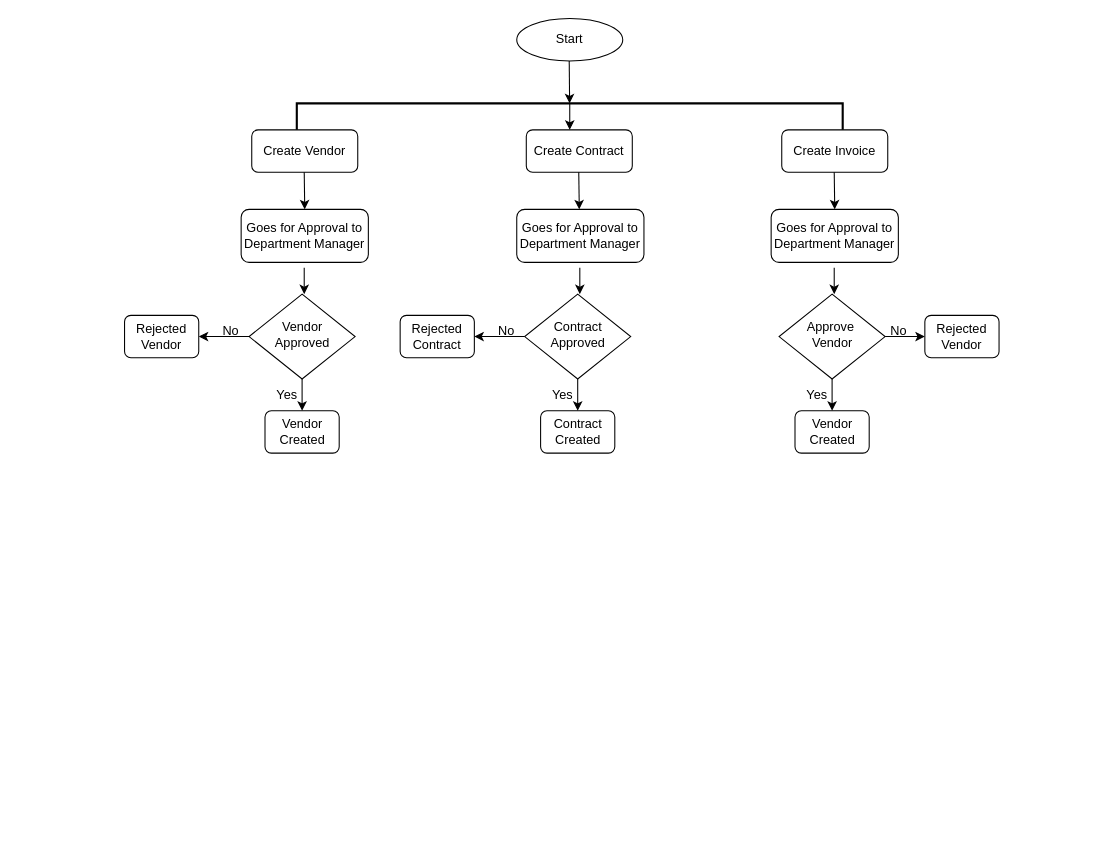
Before: Employee Flowchart.drawio in anjana732/Cv, a draw.io diagram. Source tidied: cells renumbered, new cells numbered last; positions are measured from the earlier drawing's top-left corner, leaving out a move shared by most shapes. Both pictures are drawn from the tidied source at 106%, with x=0, y=0 at pixel (124, 18).
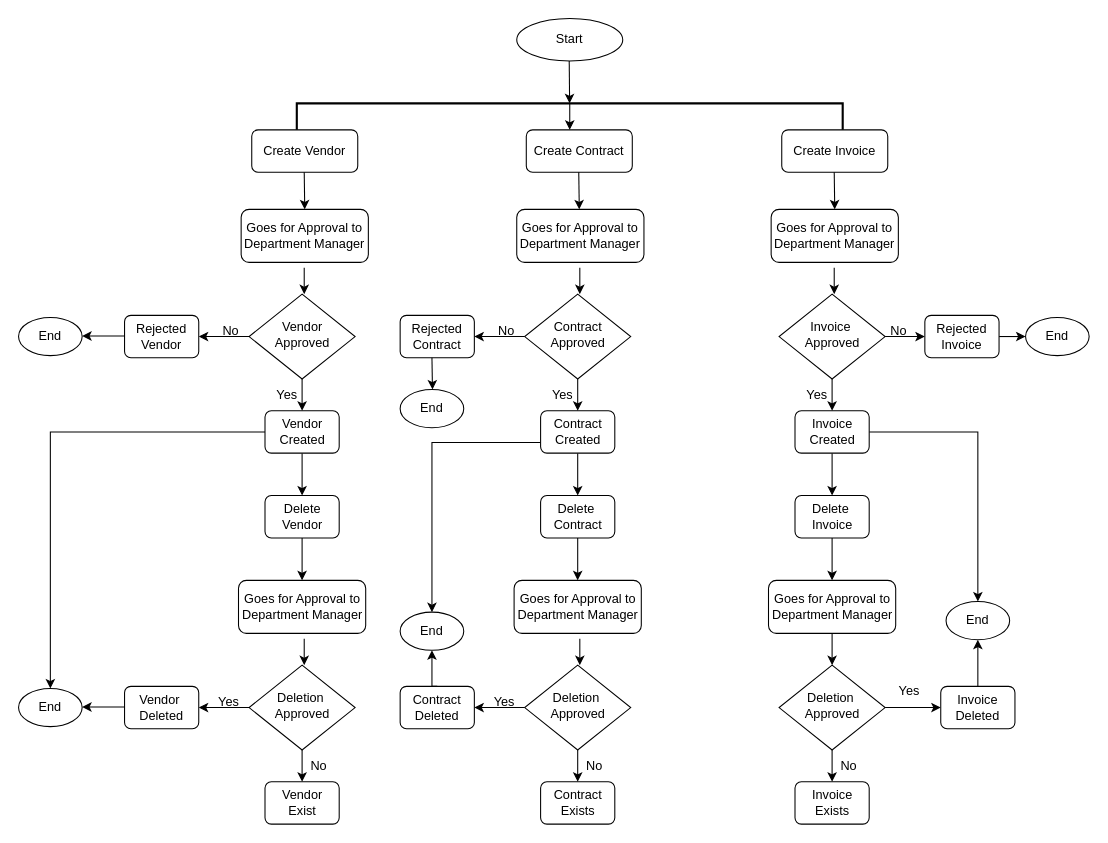
The same diagram, later.

The change refers to these unchanged cells:
```xml
<mxCell id="18" value="Vendor Created" style="rounded=1;whiteSpace=wrap;html=1;fontSize=12;glass=0;strokeWidth=1;shadow=0;" parent="1" vertex="1">
  <mxGeometry x="132.5" y="370" width="70" height="40" as="geometry" />
</mxCell>
<mxCell id="27" value="Contract Created" style="rounded=1;whiteSpace=wrap;html=1;fontSize=12;glass=0;strokeWidth=1;shadow=0;" parent="1" vertex="1">
  <mxGeometry x="392.5" y="370" width="70" height="40" as="geometry" />
</mxCell>
```

Change to the diagram source:
```diff
@@
+    <mxCell id="40" style="edgeStyle=orthogonalEdgeStyle;rounded=0;jettySize=auto;html=1;exitX=0.5;exitY=1;exitDx=0;exitDy=0;entryX=0.5;entryY=0;entryDx=0;entryDy=0;" parent="1" edge="1" source="18" target="53">
+      <mxGeometry relative="1" as="geometry" />
+    </mxCell>
+    <mxCell id="41" style="edgeStyle=orthogonalEdgeStyle;rounded=0;jettySize=auto;html=1;exitX=0;exitY=0.5;exitDx=0;exitDy=0;" parent="1" edge="1" source="18" target="63">
+      <mxGeometry relative="1" as="geometry" />
+    </mxCell>
@@
+    <mxCell id="42" style="edgeStyle=orthogonalEdgeStyle;rounded=0;jettySize=auto;html=1;exitX=0.5;exitY=1;exitDx=0;exitDy=0;" parent="1" edge="1" source="27" target="66">
+      <mxGeometry relative="1" as="geometry" />
+    </mxCell>
+    <mxCell id="43" style="edgeStyle=orthogonalEdgeStyle;rounded=0;jettySize=auto;html=1;exitX=0;exitY=0.75;exitDx=0;exitDy=0;entryX=0.5;entryY=0;entryDx=0;entryDy=0;" parent="1" edge="1" source="27" target="77">
+      <mxGeometry relative="1" as="geometry" />
+    </mxCell>
@@
-    <mxCell id="33" value="Approve&amp;nbsp;&lt;div&gt;Vendor&lt;/div&gt;" style="rhombus;whiteSpace=wrap;html=1;shadow=0;fontFamily=Helvetica;fontSize=12;align=center;strokeWidth=1;spacing=6;spacingTop=-4;" parent="1" vertex="1">
+    <mxCell id="33" value="Invoice&amp;nbsp;&lt;div&gt;Approved&lt;/div&gt;" style="rhombus;whiteSpace=wrap;html=1;shadow=0;fontFamily=Helvetica;fontSize=12;align=center;strokeWidth=1;spacing=6;spacingTop=-4;" parent="1" vertex="1">
       <mxGeometry x="617.5" y="260" width="100" height="80" as="geometry" />
     </mxCell>
+    <mxCell id="44" style="edgeStyle=orthogonalEdgeStyle;rounded=0;jettySize=auto;html=1;exitX=1;exitY=0.5;exitDx=0;exitDy=0;" parent="1" edge="1" source="34">
+      <mxGeometry relative="1" as="geometry">
+        <mxPoint x="850" y="300" as="targetPoint" />
+      </mxGeometry>
+    </mxCell>
-    <mxCell id="34" value="Rejected&lt;div&gt;Vendor&lt;/div&gt;" style="rounded=1;whiteSpace=wrap;html=1;fontSize=12;glass=0;strokeWidth=1;shadow=0;" parent="1" vertex="1">
+    <mxCell id="34" value="Rejected&lt;div&gt;Invoice&lt;/div&gt;" style="rounded=1;whiteSpace=wrap;html=1;fontSize=12;glass=0;strokeWidth=1;shadow=0;" parent="1" vertex="1">
       <mxGeometry x="755" y="280" width="70" height="40" as="geometry" />
     </mxCell>
@@
+    <mxCell id="45" style="edgeStyle=orthogonalEdgeStyle;rounded=0;jettySize=auto;html=1;exitX=0.5;exitY=1;exitDx=0;exitDy=0;entryX=0.5;entryY=0;entryDx=0;entryDy=0;" parent="1" edge="1" source="36" target="79">
+      <mxGeometry relative="1" as="geometry" />
+    </mxCell>
+    <mxCell id="46" style="edgeStyle=orthogonalEdgeStyle;rounded=0;jettySize=auto;html=1;exitX=1;exitY=0.5;exitDx=0;exitDy=0;entryX=0.5;entryY=0;entryDx=0;entryDy=0;" parent="1" edge="1" source="36" target="90">
+      <mxGeometry relative="1" as="geometry" />
+    </mxCell>
-    <mxCell id="36" value="Vendor Created" style="rounded=1;whiteSpace=wrap;html=1;fontSize=12;glass=0;strokeWidth=1;shadow=0;" parent="1" vertex="1">
+    <mxCell id="36" value="Invoice Created" style="rounded=1;whiteSpace=wrap;html=1;fontSize=12;glass=0;strokeWidth=1;shadow=0;" parent="1" vertex="1">
       <mxGeometry x="632.5" y="370" width="70" height="40" as="geometry" />
     </mxCell>
@@
+    <mxCell id="47" value="End" style="ellipse;whiteSpace=wrap;html=1;" parent="1" vertex="1">
+      <mxGeometry x="-100" y="282" width="60" height="36" as="geometry" />
+    </mxCell>
+    <mxCell id="48" style="endArrow=classic;html=1;rounded=0;" parent="1" edge="1">
+      <mxGeometry relative="1" as="geometry">
+        <mxPoint y="299.5" as="sourcePoint" />
+        <mxPoint x="-40" y="299.5" as="targetPoint" />
+      </mxGeometry>
+    </mxCell>
+    <mxCell id="49" style="endArrow=classic;html=1;rounded=0;" parent="1" edge="1">
+      <mxGeometry relative="1" as="geometry">
+        <mxPoint x="290" y="320" as="sourcePoint" />
+        <mxPoint x="290.5" y="350" as="targetPoint" />
+      </mxGeometry>
+    </mxCell>
+    <mxCell id="50" value="End" style="ellipse;whiteSpace=wrap;html=1;" parent="1" vertex="1">
+      <mxGeometry x="260" y="350" width="60" height="36" as="geometry" />
+    </mxCell>
+    <mxCell id="51" value="End" style="ellipse;whiteSpace=wrap;html=1;" parent="1" vertex="1">
+      <mxGeometry x="850" y="282" width="60" height="36" as="geometry" />
+    </mxCell>
+    <mxCell id="52" style="edgeStyle=orthogonalEdgeStyle;rounded=0;jettySize=auto;html=1;exitX=0.5;exitY=1;exitDx=0;exitDy=0;entryX=0.5;entryY=0;entryDx=0;entryDy=0;" parent="1" edge="1" source="53" target="54">
+      <mxGeometry relative="1" as="geometry" />
+    </mxCell>
+    <mxCell id="53" value="Delete Vendor" style="rounded=1;whiteSpace=wrap;html=1;fontSize=12;glass=0;strokeWidth=1;shadow=0;" parent="1" vertex="1">
+      <mxGeometry x="132.5" y="450" width="70" height="40" as="geometry" />
+    </mxCell>
+    <mxCell id="54" value="Goes for Approval to Department Manager" style="rounded=1;whiteSpace=wrap;html=1;" parent="1" vertex="1">
+      <mxGeometry x="107.5" y="530" width="120" height="50" as="geometry" />
+    </mxCell>
+    <mxCell id="55" style="edgeStyle=orthogonalEdgeStyle;rounded=0;jettySize=auto;html=1;exitX=0;exitY=0.5;exitDx=0;exitDy=0;entryX=1;entryY=0.5;entryDx=0;entryDy=0;" parent="1" edge="1" source="56" target="57">
+      <mxGeometry relative="1" as="geometry" />
+    </mxCell>
+    <mxCell id="56" value="Deletion&amp;nbsp;&lt;div&gt;Approved&lt;/div&gt;" style="rhombus;whiteSpace=wrap;html=1;shadow=0;fontFamily=Helvetica;fontSize=12;align=center;strokeWidth=1;spacing=6;spacingTop=-4;" parent="1" vertex="1">
+      <mxGeometry x="117.5" y="610" width="100" height="80" as="geometry" />
+    </mxCell>
+    <mxCell id="57" value="Vendor&amp;nbsp;&lt;div&gt;Deleted&lt;/div&gt;" style="rounded=1;whiteSpace=wrap;html=1;fontSize=12;glass=0;strokeWidth=1;shadow=0;" parent="1" vertex="1">
+      <mxGeometry y="630" width="70" height="40" as="geometry" />
+    </mxCell>
+    <mxCell id="58" value="No" style="text;html=1;align=center;verticalAlign=middle;strokeColor=none;fillColor=none;" parent="1" vertex="1">
+      <mxGeometry x="162.5" y="690" width="40" height="30" as="geometry" />
+    </mxCell>
+    <mxCell id="59" value="Vendor &lt;br&gt;Exist" style="rounded=1;whiteSpace=wrap;html=1;fontSize=12;glass=0;strokeWidth=1;shadow=0;" parent="1" vertex="1">
+      <mxGeometry x="132.5" y="720" width="70" height="40" as="geometry" />
+    </mxCell>
+    <mxCell id="60" style="endArrow=classic;html=1;rounded=0;" parent="1" edge="1">
+      <mxGeometry relative="1" as="geometry">
+        <mxPoint x="167.5" y="690" as="sourcePoint" />
+        <mxPoint x="167.5" y="720" as="targetPoint" />
+      </mxGeometry>
+    </mxCell>
+    <mxCell id="61" value="Yes" style="text;html=1;align=center;verticalAlign=middle;strokeColor=none;fillColor=none;" parent="1" vertex="1">
+      <mxGeometry x="77.5" y="630" width="40" height="30" as="geometry" />
+    </mxCell>
+    <mxCell id="62" style="endArrow=classic;html=1;rounded=0;" parent="1" edge="1">
+      <mxGeometry relative="1" as="geometry">
+        <mxPoint x="169.5" y="585" as="sourcePoint" />
+        <mxPoint x="169.5" y="610" as="targetPoint" />
+      </mxGeometry>
+    </mxCell>
+    <mxCell id="63" value="End" style="ellipse;whiteSpace=wrap;html=1;" parent="1" vertex="1">
+      <mxGeometry x="-100" y="632" width="60" height="36" as="geometry" />
+    </mxCell>
+    <mxCell id="64" style="endArrow=classic;html=1;rounded=0;" parent="1" edge="1">
+      <mxGeometry relative="1" as="geometry">
+        <mxPoint y="649.5" as="sourcePoint" />
+        <mxPoint x="-40" y="649.5" as="targetPoint" />
+      </mxGeometry>
+    </mxCell>
+    <mxCell id="65" style="edgeStyle=orthogonalEdgeStyle;rounded=0;jettySize=auto;html=1;exitX=0.5;exitY=1;exitDx=0;exitDy=0;entryX=0.5;entryY=0;entryDx=0;entryDy=0;" parent="1" edge="1" source="66" target="67">
+      <mxGeometry relative="1" as="geometry" />
+    </mxCell>
+    <mxCell id="66" value="Delete&amp;nbsp;&lt;div&gt;Contract&lt;/div&gt;" style="rounded=1;whiteSpace=wrap;html=1;fontSize=12;glass=0;strokeWidth=1;shadow=0;" parent="1" vertex="1">
+      <mxGeometry x="392.5" y="450" width="70" height="40" as="geometry" />
+    </mxCell>
+    <mxCell id="67" value="Goes for Approval to Department Manager" style="rounded=1;whiteSpace=wrap;html=1;" parent="1" vertex="1">
+      <mxGeometry x="367.5" y="530" width="120" height="50" as="geometry" />
+    </mxCell>
+    <mxCell id="68" style="edgeStyle=orthogonalEdgeStyle;rounded=0;jettySize=auto;html=1;exitX=0;exitY=0.5;exitDx=0;exitDy=0;entryX=1;entryY=0.5;entryDx=0;entryDy=0;" parent="1" edge="1" source="69" target="71">
+      <mxGeometry relative="1" as="geometry" />
+    </mxCell>
+    <mxCell id="69" value="Deletion&amp;nbsp;&lt;div&gt;Approved&lt;/div&gt;" style="rhombus;whiteSpace=wrap;html=1;shadow=0;fontFamily=Helvetica;fontSize=12;align=center;strokeWidth=1;spacing=6;spacingTop=-4;" parent="1" vertex="1">
+      <mxGeometry x="377.5" y="610" width="100" height="80" as="geometry" />
+    </mxCell>
+    <mxCell id="70" style="edgeStyle=orthogonalEdgeStyle;rounded=0;jettySize=auto;html=1;exitX=0.5;exitY=0;exitDx=0;exitDy=0;entryX=0.5;entryY=1;entryDx=0;entryDy=0;" parent="1" edge="1" source="71" target="77">
+      <mxGeometry relative="1" as="geometry" />
+    </mxCell>
+    <mxCell id="71" value="&lt;div&gt;Contract&lt;/div&gt;&lt;div&gt;Deleted&lt;/div&gt;" style="rounded=1;whiteSpace=wrap;html=1;fontSize=12;glass=0;strokeWidth=1;shadow=0;" parent="1" vertex="1">
+      <mxGeometry x="260" y="630" width="70" height="40" as="geometry" />
+    </mxCell>
+    <mxCell id="72" value="No" style="text;html=1;align=center;verticalAlign=middle;strokeColor=none;fillColor=none;" parent="1" vertex="1">
+      <mxGeometry x="422.5" y="690" width="40" height="30" as="geometry" />
+    </mxCell>
+    <mxCell id="73" value="Contract&lt;br&gt;Exists" style="rounded=1;whiteSpace=wrap;html=1;fontSize=12;glass=0;strokeWidth=1;shadow=0;" parent="1" vertex="1">
+      <mxGeometry x="392.5" y="720" width="70" height="40" as="geometry" />
+    </mxCell>
+    <mxCell id="74" style="endArrow=classic;html=1;rounded=0;" parent="1" edge="1">
+      <mxGeometry relative="1" as="geometry">
+        <mxPoint x="427.5" y="690" as="sourcePoint" />
+        <mxPoint x="427.5" y="720" as="targetPoint" />
+      </mxGeometry>
+    </mxCell>
+    <mxCell id="75" value="Yes" style="text;html=1;align=center;verticalAlign=middle;strokeColor=none;fillColor=none;" parent="1" vertex="1">
+      <mxGeometry x="337.5" y="630" width="40" height="30" as="geometry" />
+    </mxCell>
+    <mxCell id="76" style="endArrow=classic;html=1;rounded=0;" parent="1" edge="1">
+      <mxGeometry relative="1" as="geometry">
+        <mxPoint x="429.5" y="585" as="sourcePoint" />
+        <mxPoint x="429.5" y="610" as="targetPoint" />
+      </mxGeometry>
+    </mxCell>
+    <mxCell id="77" value="End" style="ellipse;whiteSpace=wrap;html=1;" parent="1" vertex="1">
+      <mxGeometry x="260" y="560" width="60" height="36" as="geometry" />
+    </mxCell>
+    <mxCell id="78" style="edgeStyle=orthogonalEdgeStyle;rounded=0;jettySize=auto;html=1;exitX=0.5;exitY=1;exitDx=0;exitDy=0;entryX=0.5;entryY=0;entryDx=0;entryDy=0;" parent="1" edge="1" source="79" target="80">
+      <mxGeometry relative="1" as="geometry" />
+    </mxCell>
+    <mxCell id="79" value="Delete&amp;nbsp;&lt;div&gt;Invoice&lt;/div&gt;" style="rounded=1;whiteSpace=wrap;html=1;fontSize=12;glass=0;strokeWidth=1;shadow=0;" parent="1" vertex="1">
+      <mxGeometry x="632.5" y="450" width="70" height="40" as="geometry" />
+    </mxCell>
+    <mxCell id="80" value="Goes for Approval to Department Manager" style="rounded=1;whiteSpace=wrap;html=1;" parent="1" vertex="1">
+      <mxGeometry x="607.5" y="530" width="120" height="50" as="geometry" />
+    </mxCell>
+    <mxCell id="81" style="edgeStyle=orthogonalEdgeStyle;rounded=0;jettySize=auto;html=1;exitX=1;exitY=0.5;exitDx=0;exitDy=0;entryX=0;entryY=0.5;entryDx=0;entryDy=0;" parent="1" edge="1" source="82" target="89">
+      <mxGeometry relative="1" as="geometry" />
+    </mxCell>
+    <mxCell id="82" value="Deletion&amp;nbsp;&lt;div&gt;Approved&lt;/div&gt;" style="rhombus;whiteSpace=wrap;html=1;shadow=0;fontFamily=Helvetica;fontSize=12;align=center;strokeWidth=1;spacing=6;spacingTop=-4;" parent="1" vertex="1">
+      <mxGeometry x="617.5" y="610" width="100" height="80" as="geometry" />
+    </mxCell>
+    <mxCell id="83" value="No" style="text;html=1;align=center;verticalAlign=middle;strokeColor=none;fillColor=none;" parent="1" vertex="1">
+      <mxGeometry x="662.5" y="690" width="40" height="30" as="geometry" />
+    </mxCell>
+    <mxCell id="84" value="&lt;div&gt;Invoice&lt;/div&gt;Exists" style="rounded=1;whiteSpace=wrap;html=1;fontSize=12;glass=0;strokeWidth=1;shadow=0;" parent="1" vertex="1">
+      <mxGeometry x="632.5" y="720" width="70" height="40" as="geometry" />
+    </mxCell>
+    <mxCell id="85" style="endArrow=classic;html=1;rounded=0;" parent="1" edge="1">
+      <mxGeometry relative="1" as="geometry">
+        <mxPoint x="667.5" y="690" as="sourcePoint" />
+        <mxPoint x="667.5" y="720" as="targetPoint" />
+      </mxGeometry>
+    </mxCell>
+    <mxCell id="86" value="Yes" style="text;html=1;align=center;verticalAlign=middle;strokeColor=none;fillColor=none;" parent="1" vertex="1">
+      <mxGeometry x="720" y="620" width="40" height="30" as="geometry" />
+    </mxCell>
+    <mxCell id="87" style="endArrow=classic;html=1;rounded=0;entryX=0.5;entryY=0;entryDx=0;entryDy=0;exitX=0.5;exitY=1;exitDx=0;exitDy=0;" parent="1" edge="1" source="80" target="82">
+      <mxGeometry relative="1" as="geometry" />
+    </mxCell>
+    <mxCell id="88" style="edgeStyle=orthogonalEdgeStyle;rounded=0;jettySize=auto;html=1;exitX=0.5;exitY=0;exitDx=0;exitDy=0;entryX=0.5;entryY=1;entryDx=0;entryDy=0;" parent="1" edge="1" source="89" target="90">
+      <mxGeometry relative="1" as="geometry" />
+    </mxCell>
+    <mxCell id="89" value="&lt;div&gt;Invoice&lt;/div&gt;&lt;div&gt;Deleted&lt;/div&gt;" style="rounded=1;whiteSpace=wrap;html=1;fontSize=12;glass=0;strokeWidth=1;shadow=0;" parent="1" vertex="1">
+      <mxGeometry x="770" y="630" width="70" height="40" as="geometry" />
+    </mxCell>
+    <mxCell id="90" value="End" style="ellipse;whiteSpace=wrap;html=1;" parent="1" vertex="1">
+      <mxGeometry x="775" y="550" width="60" height="36" as="geometry" />
+    </mxCell>
```
